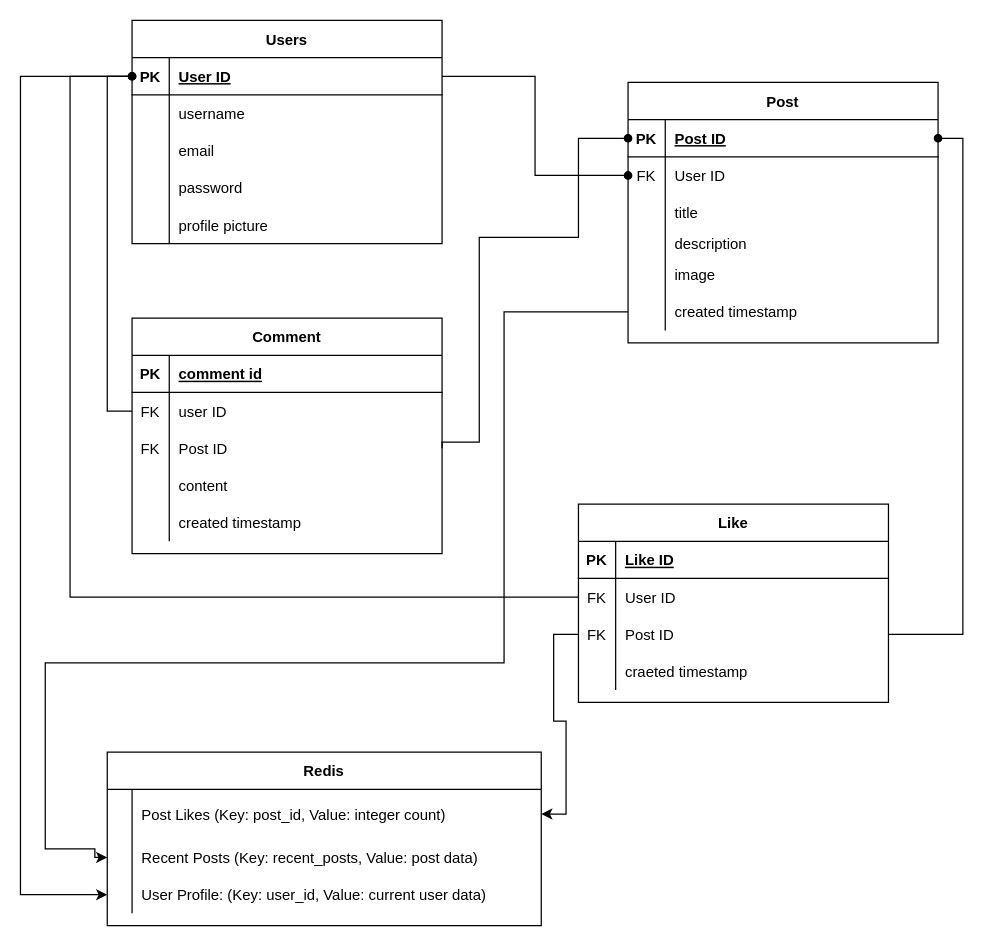
The draw.io diagram Module8/Lab Exercise 1/Blogging Application Logical Model.drawio in GNA-Gavin/IOD-2025-software-certificate, before the edit. Source tidied: cells renumbered, new cells numbered last; positions are measured from the earlier drawing's top-left corner, leaving out a move shared by most shapes. Both pictures are drawn from the tidied source at 124%, with x=0, y=0 at pixel (20, 20).
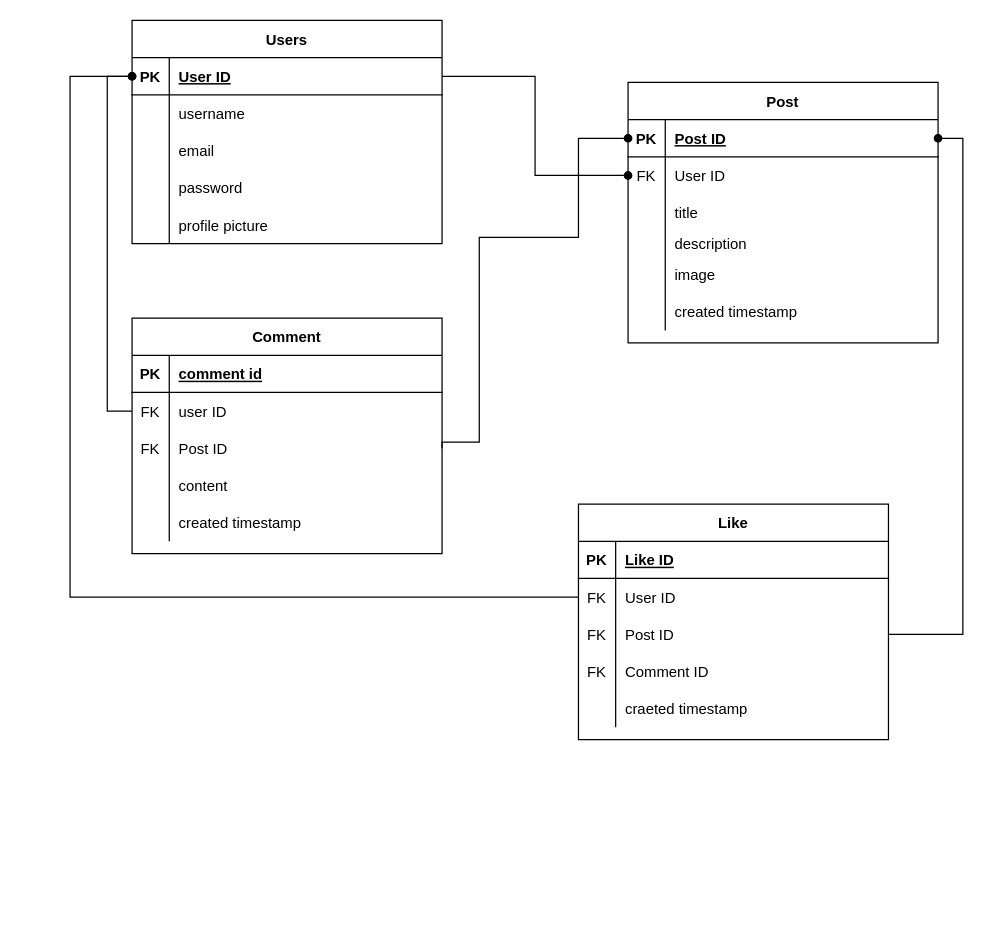
After the change.

Unchanged cells that the change refers to:
```xml
<mxCell id="34" style="shape=partialRectangle;fillColor=none;points=[[0,0.5],[1,0.5]];portConstraint=eastwest;top=0;left=0;right=0;bottom=0;" parent="18" vertex="1">
  <mxGeometry y="170" width="250" height="30" as="geometry" />
</mxCell>
<mxCell id="38" style="shape=partialRectangle;fillColor=none;points=[[0,0.5],[1,0.5]];portConstraint=eastwest;top=0;left=0;right=0;bottom=1;" parent="37" vertex="1">
  <mxGeometry y="30" width="250" height="30" as="geometry" />
</mxCell>
<mxCell id="60" style="shape=partialRectangle;fillColor=none;points=[[0,0.5],[1,0.5]];portConstraint=eastwest;top=0;left=0;right=0;bottom=0;" parent="53" vertex="1">
  <mxGeometry y="90" width="250" height="30" as="geometry" />
</mxCell>
```

What changed in the source:
```diff
@@
     <mxCell id="53" value="Like" style="shape=table;startSize=30;childLayout=tableLayout;rowLines=0;fontStyle=1;align=center;" parent="1" vertex="1">
-      <mxGeometry x="450" y="390" width="250" height="160" as="geometry" />
+      <mxGeometry x="450" y="390" width="250" height="190" as="geometry" />
     </mxCell>
@@
+    <mxCell id="85" style="shape=partialRectangle;fillColor=none;top=0;left=0;right=0;bottom=0;" parent="53" vertex="1">
+      <mxGeometry y="120" width="250" height="30" as="geometry" />
+    </mxCell>
+    <mxCell id="86" value="FK" style="shape=partialRectangle;overflow=hidden;fillColor=none;top=0;left=0;bottom=0;right=0;" parent="85" vertex="1">
+      <mxGeometry width="30" height="30" as="geometry" />
+    </mxCell>
+    <mxCell id="87" value="Comment ID" style="shape=partialRectangle;overflow=hidden;fillColor=none;top=0;left=0;bottom=0;right=0;align=left;spacingLeft=6;" parent="85" vertex="1">
+      <mxGeometry x="30" width="220" height="30" as="geometry" />
+    </mxCell>
     <mxCell id="63" style="shape=partialRectangle;fillColor=none;top=0;left=0;right=0;bottom=0;" parent="53" vertex="1">
-      <mxGeometry y="120" width="250" height="30" as="geometry" />
+      <mxGeometry y="150" width="250" height="30" as="geometry" />
     </mxCell>
@@
-    <mxCell id="72" value="Redis" style="shape=table;startSize=30;childLayout=tableLayout;rowLines=0;fontStyle=1;align=center;" parent="1" vertex="1">
-      <mxGeometry x="70" y="590" width="350" height="140" as="geometry" />
-    </mxCell>
-    <mxCell id="73" style="shape=partialRectangle;fillColor=none;points=[[0,0.5],[1,0.5]];portConstraint=eastwest;top=0;left=0;right=0;bottom=0;" parent="72" vertex="1">
-      <mxGeometry y="30" width="350" height="40" as="geometry" />
-    </mxCell>
-    <mxCell id="74" style="shape=partialRectangle;overflow=hidden;fillColor=none;top=0;left=0;bottom=0;right=0;" parent="73" vertex="1">
-      <mxGeometry width="20" height="40" as="geometry" />
-    </mxCell>
-    <mxCell id="75" value="Post Likes (Key: post_id, Value: integer count)" style="shape=partialRectangle;overflow=hidden;fillColor=none;top=0;left=0;bottom=0;right=0;align=left;spacingLeft=6;fontStyle=0;" parent="73" vertex="1">
-      <mxGeometry x="20" width="330" height="40" as="geometry" />
-    </mxCell>
-    <mxCell id="76" style="shape=partialRectangle;fillColor=none;points=[[0,0.5],[1,0.5]];portConstraint=eastwest;top=0;left=0;right=0;bottom=0;" parent="72" vertex="1">
-      <mxGeometry y="70" width="350" height="30" as="geometry" />
-    </mxCell>
-    <mxCell id="77" style="shape=partialRectangle;overflow=hidden;fillColor=none;top=0;left=0;bottom=0;right=0;" parent="76" vertex="1">
-      <mxGeometry width="20" height="30" as="geometry" />
-    </mxCell>
-    <mxCell id="78" value="Recent Posts (Key: recent_posts, Value: post data)" style="shape=partialRectangle;overflow=hidden;fillColor=none;top=0;left=0;bottom=0;right=0;align=left;spacingLeft=6;" parent="76" vertex="1">
-      <mxGeometry x="20" width="330" height="30" as="geometry" />
-    </mxCell>
-    <mxCell id="79" style="shape=partialRectangle;fillColor=none;points=[[0,0.5],[1,0.5]];portConstraint=eastwest;top=0;left=0;right=0;bottom=0;" parent="72" vertex="1">
-      <mxGeometry y="100" width="350" height="30" as="geometry" />
-    </mxCell>
-    <mxCell id="80" style="shape=partialRectangle;overflow=hidden;fillColor=none;top=0;left=0;bottom=0;right=0;" parent="79" vertex="1">
-      <mxGeometry width="20" height="30" as="geometry" />
-    </mxCell>
-    <mxCell id="81" value="User Profile: (Key: user_id, Value: current user data)" style="shape=partialRectangle;overflow=hidden;fillColor=none;top=0;left=0;bottom=0;right=0;align=left;spacingLeft=6;" parent="79" vertex="1">
-      <mxGeometry x="20" width="330" height="30" as="geometry" />
-    </mxCell>
-    <mxCell id="82" style="edgeStyle=orthogonalEdgeStyle;rounded=0;jettySize=auto;html=1;exitX=0;exitY=0.5;exitDx=0;exitDy=0;" parent="1" edge="1" source="60" target="73">
-      <mxGeometry relative="1" as="geometry" />
-    </mxCell>
-    <mxCell id="83" style="edgeStyle=orthogonalEdgeStyle;rounded=0;jettySize=auto;html=1;exitX=0;exitY=0.5;exitDx=0;exitDy=0;entryX=0;entryY=0.5;entryDx=0;entryDy=0;" parent="1" edge="1" source="34" target="76">
-      <mxGeometry relative="1" as="geometry">
-        <Array as="points">
-          <mxPoint x="390" y="235" />
-          <mxPoint x="390" y="518" />
-          <mxPoint x="20" y="518" />
-          <mxPoint x="20" y="668" />
-          <mxPoint x="60" y="668" />
-          <mxPoint x="60" y="675" />
-        </Array>
-      </mxGeometry>
-    </mxCell>
-    <mxCell id="84" style="edgeStyle=orthogonalEdgeStyle;rounded=0;jettySize=auto;html=1;entryX=0;entryY=0.5;entryDx=0;entryDy=0;" parent="1" edge="1" source="38" target="79">
-      <mxGeometry relative="1" as="geometry">
-        <Array as="points">
-          <mxPoint y="45" />
-          <mxPoint y="705" />
-        </Array>
-      </mxGeometry>
-    </mxCell>
```
